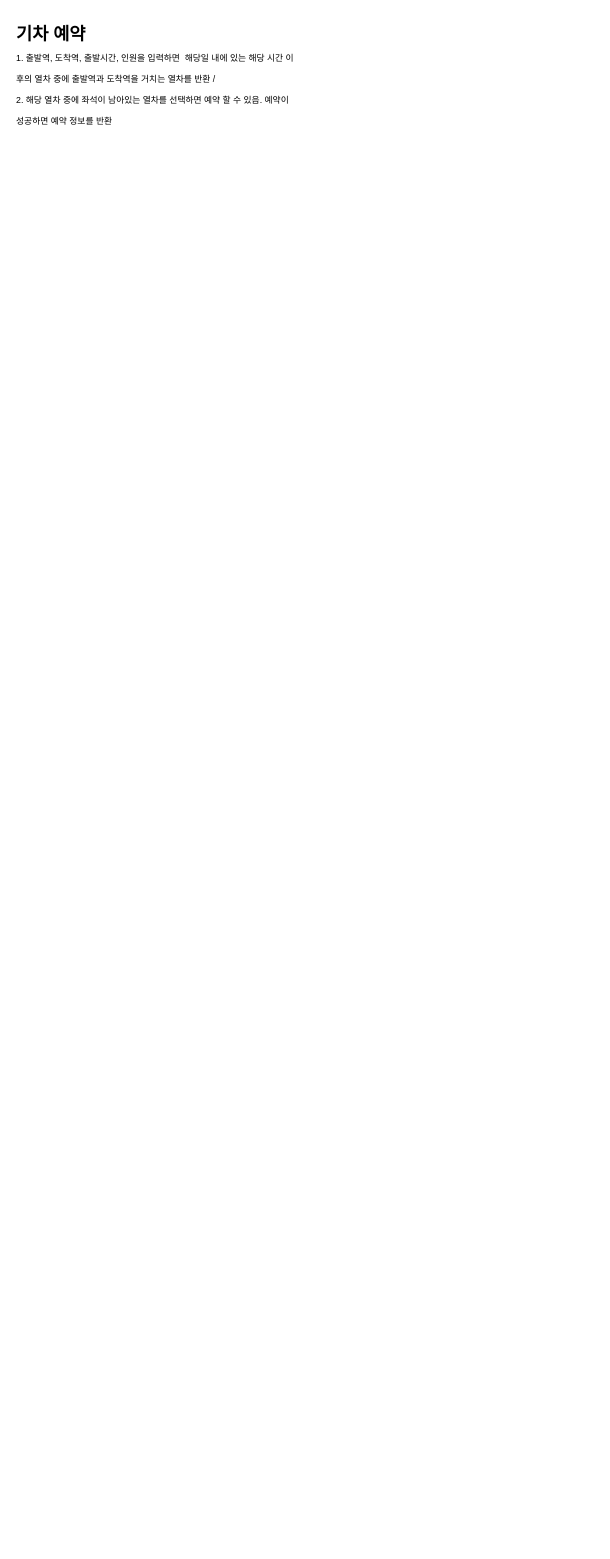
Before: Process01.drawio in digeuthi/java_BackEnd-20230222, a draw.io diagram. Source tidied: cells renumbered, new cells numbered last; positions are measured from the earlier drawing's top-left corner, leaving out a move shared by most shapes. Both pictures are drawn from the tidied source at 73%, with x=0, y=0 at pixel (12, 20).
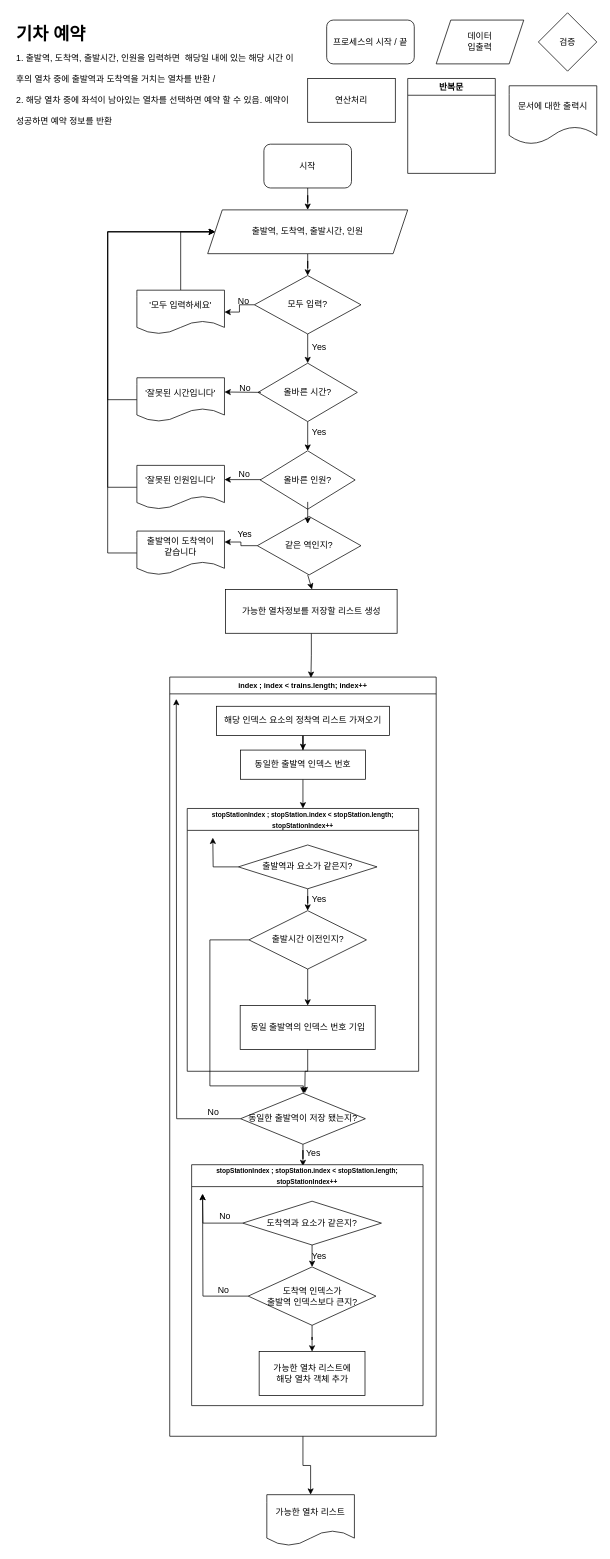
Above is the later version.

What changed in the source:
```diff
@@
     <mxCell id="2" value="&lt;h1&gt;기차 예약&lt;br style=&quot;border-color: var(--border-color); font-size: 12px; font-weight: 400; text-align: center;&quot;&gt;&lt;span style=&quot;font-size: 12px; font-weight: 400; text-align: center;&quot;&gt;1. 출발역, 도착역, 출발시간, 인원을 입력하면&amp;nbsp; 해당일 내에 있는 해당 시간 이후의 열차 중에 출발역과 도착역을 거치는 열차를 반환 /&lt;/span&gt;&lt;br style=&quot;border-color: var(--border-color); font-size: 12px; font-weight: 400; text-align: center;&quot;&gt;&lt;font style=&quot;font-size: 12px; font-weight: normal;&quot;&gt;2. 해당 열차 중에 좌석이 남아있는 열차를 선택하면 예약 할 수 있음. 예약이 성공하면 예약 정보를 반환&lt;/font&gt;&lt;br style=&quot;border-color: var(--border-color); font-size: 12px; font-weight: 400; text-align: center;&quot;&gt;&lt;br&gt;&lt;/h1&gt;" style="text;html=1;strokeColor=none;fillColor=none;spacing=5;spacingTop=-20;whiteSpace=wrap;overflow=hidden;rounded=0;" parent="1" vertex="1">
-      <mxGeometry width="390" height="190" as="geometry" />
+      <mxGeometry width="390" height="170" as="geometry" />
     </mxCell>
+    <mxCell id="3" value="프로세스의 시작 / 끝" style="rounded=1;whiteSpace=wrap;html=1;" parent="1" vertex="1">
+      <mxGeometry x="430" width="120" height="60" as="geometry" />
+    </mxCell>
+    <mxCell id="4" style="edgeStyle=orthogonalEdgeStyle;rounded=0;jettySize=auto;html=1;entryX=0.5;entryY=0;entryDx=0;entryDy=0;" parent="1" edge="1" source="5" target="8">
+      <mxGeometry relative="1" as="geometry" />
+    </mxCell>
+    <mxCell id="5" value="시작" style="rounded=1;whiteSpace=wrap;html=1;" parent="1" vertex="1">
+      <mxGeometry x="344" y="170" width="120" height="60" as="geometry" />
+    </mxCell>
+    <mxCell id="6" value="데이터&lt;br&gt;입출력" style="shape=parallelogram;perimeter=parallelogramPerimeter;whiteSpace=wrap;html=1;fixedSize=1;" parent="1" vertex="1">
+      <mxGeometry x="580" width="120" height="60" as="geometry" />
+    </mxCell>
+    <mxCell id="7" style="edgeStyle=orthogonalEdgeStyle;rounded=0;jettySize=auto;html=1;" parent="1" edge="1" source="8" target="12">
+      <mxGeometry relative="1" as="geometry" />
+    </mxCell>
+    <mxCell id="8" value="출발역, 도착역, 출발시간, 인원" style="shape=parallelogram;perimeter=parallelogramPerimeter;whiteSpace=wrap;html=1;fixedSize=1;" parent="1" vertex="1">
+      <mxGeometry x="267" y="260" width="274" height="60" as="geometry" />
+    </mxCell>
+    <mxCell id="9" value="검증" style="rhombus;whiteSpace=wrap;html=1;" parent="1" vertex="1">
+      <mxGeometry x="720" y="-10" width="80" height="80" as="geometry" />
+    </mxCell>
+    <mxCell id="10" style="edgeStyle=orthogonalEdgeStyle;rounded=0;jettySize=auto;html=1;entryX=1;entryY=0.5;entryDx=0;entryDy=0;" parent="1" edge="1" source="12" target="14">
+      <mxGeometry relative="1" as="geometry" />
+    </mxCell>
+    <mxCell id="11" style="edgeStyle=orthogonalEdgeStyle;rounded=0;jettySize=auto;html=1;entryX=0.5;entryY=0;entryDx=0;entryDy=0;" parent="1" edge="1" source="12" target="18">
+      <mxGeometry relative="1" as="geometry" />
+    </mxCell>
+    <mxCell id="12" value="모두 입력?" style="rhombus;whiteSpace=wrap;html=1;" parent="1" vertex="1">
+      <mxGeometry x="331" y="350" width="146" height="80" as="geometry" />
+    </mxCell>
+    <mxCell id="13" style="edgeStyle=orthogonalEdgeStyle;rounded=0;jettySize=auto;html=1;entryX=0;entryY=0.5;entryDx=0;entryDy=0;" parent="1" edge="1" source="14" target="8">
+      <mxGeometry relative="1" as="geometry">
+        <Array as="points">
+          <mxPoint x="230" y="290" />
+        </Array>
+      </mxGeometry>
+    </mxCell>
+    <mxCell id="14" value="'모두 입력하세요'" style="shape=document;whiteSpace=wrap;html=1;boundedLbl=1;" parent="1" vertex="1">
+      <mxGeometry x="170" y="370" width="120" height="60" as="geometry" />
+    </mxCell>
+    <mxCell id="15" value="문서에 대한 출력시" style="shape=document;whiteSpace=wrap;html=1;boundedLbl=1;" parent="1" vertex="1">
+      <mxGeometry x="680" y="90" width="120" height="80" as="geometry" />
+    </mxCell>
+    <mxCell id="16" value="No" style="text;html=1;align=center;verticalAlign=middle;strokeColor=none;fillColor=none;" parent="1" vertex="1">
+      <mxGeometry x="296" y="370" width="40" height="30" as="geometry" />
+    </mxCell>
+    <mxCell id="17" style="edgeStyle=orthogonalEdgeStyle;rounded=0;jettySize=auto;html=1;entryX=0.5;entryY=0;entryDx=0;entryDy=0;" parent="1" edge="1" source="18" target="24">
+      <mxGeometry relative="1" as="geometry">
+        <Array as="points">
+          <mxPoint x="404" y="580" />
+          <mxPoint x="404" y="580" />
+        </Array>
+      </mxGeometry>
+    </mxCell>
+    <mxCell id="18" value="올바른 시간?" style="rhombus;whiteSpace=wrap;html=1;" parent="1" vertex="1">
+      <mxGeometry x="336" y="470" width="136" height="80" as="geometry" />
+    </mxCell>
+    <mxCell id="19" style="edgeStyle=orthogonalEdgeStyle;rounded=0;jettySize=auto;html=1;entryX=0;entryY=0.5;entryDx=0;entryDy=0;" parent="1" edge="1" source="20" target="8">
+      <mxGeometry relative="1" as="geometry">
+        <Array as="points">
+          <mxPoint x="130" y="520" />
+          <mxPoint x="130" y="290" />
+        </Array>
+      </mxGeometry>
+    </mxCell>
+    <mxCell id="20" value="'잘못된 시간입니다'" style="shape=document;whiteSpace=wrap;html=1;boundedLbl=1;" parent="1" vertex="1">
+      <mxGeometry x="170" y="490" width="120" height="60" as="geometry" />
+    </mxCell>
+    <mxCell id="21" value="Yes" style="text;html=1;strokeColor=none;fillColor=none;align=center;verticalAlign=middle;whiteSpace=wrap;rounded=0;" parent="1" vertex="1">
+      <mxGeometry x="390" y="433" width="60" height="30" as="geometry" />
+    </mxCell>
+    <mxCell id="22" style="endArrow=classic;html=1;rounded=0;" parent="1" edge="1">
+      <mxGeometry relative="1" as="geometry">
+        <mxPoint x="340" y="510" as="sourcePoint" />
+        <mxPoint x="290" y="509.5" as="targetPoint" />
+      </mxGeometry>
+    </mxCell>
+    <mxCell id="23" value="No" style="text;html=1;align=center;verticalAlign=middle;strokeColor=none;fillColor=none;" parent="1" vertex="1">
+      <mxGeometry x="298" y="489" width="40" height="30" as="geometry" />
+    </mxCell>
+    <mxCell id="24" value="올바른 인원?" style="rhombus;whiteSpace=wrap;html=1;" parent="1" vertex="1">
+      <mxGeometry x="339" y="590" width="130" height="80" as="geometry" />
+    </mxCell>
+    <mxCell id="25" style="edgeStyle=orthogonalEdgeStyle;rounded=0;jettySize=auto;html=1;entryX=0;entryY=0.5;entryDx=0;entryDy=0;" parent="1" edge="1" source="26" target="8">
+      <mxGeometry relative="1" as="geometry">
+        <Array as="points">
+          <mxPoint x="130" y="640" />
+          <mxPoint x="130" y="290" />
+        </Array>
+      </mxGeometry>
+    </mxCell>
+    <mxCell id="26" value="'잘못된 인원입니다'" style="shape=document;whiteSpace=wrap;html=1;boundedLbl=1;" parent="1" vertex="1">
+      <mxGeometry x="170" y="610" width="120" height="60" as="geometry" />
+    </mxCell>
+    <mxCell id="27" value="Yes" style="text;html=1;strokeColor=none;fillColor=none;align=center;verticalAlign=middle;whiteSpace=wrap;rounded=0;" parent="1" vertex="1">
+      <mxGeometry x="390" y="550" width="60" height="30" as="geometry" />
+    </mxCell>
+    <mxCell id="28" style="endArrow=classic;html=1;rounded=0;" parent="1" edge="1">
+      <mxGeometry relative="1" as="geometry">
+        <mxPoint x="340" y="629.5" as="sourcePoint" />
+        <mxPoint x="290" y="629.5" as="targetPoint" />
+      </mxGeometry>
+    </mxCell>
+    <mxCell id="29" value="No" style="text;html=1;align=center;verticalAlign=middle;strokeColor=none;fillColor=none;" parent="1" vertex="1">
+      <mxGeometry x="297" y="608" width="40" height="30" as="geometry" />
+    </mxCell>
+    <mxCell id="30" style="edgeStyle=orthogonalEdgeStyle;rounded=0;jettySize=auto;html=1;" parent="1" edge="1" source="31" target="64">
+      <mxGeometry relative="1" as="geometry" />
+    </mxCell>
+    <mxCell id="31" value="&lt;font style=&quot;font-size: 10px;&quot;&gt;index ; index &amp;lt; trains.length; index++&lt;/font&gt;" style="swimlane;whiteSpace=wrap;html=1;" parent="1" vertex="1">
+      <mxGeometry x="215" y="900" width="365" height="1040" as="geometry" />
+    </mxCell>
+    <mxCell id="32" style="edgeStyle=orthogonalEdgeStyle;rounded=0;jettySize=auto;html=1;entryX=0.5;entryY=0;entryDx=0;entryDy=0;" parent="31" edge="1" source="33" target="44">
+      <mxGeometry relative="1" as="geometry" />
+    </mxCell>
+    <mxCell id="33" value="해당 인덱스 요소의 정착역 리스트 가져오기" style="rounded=0;whiteSpace=wrap;html=1;" parent="31" vertex="1">
+      <mxGeometry x="64" y="40" width="237" height="40" as="geometry" />
+    </mxCell>
+    <mxCell id="34" value="&lt;font style=&quot;font-size: 9px;&quot;&gt;stopStationIndex ; stopStation.index &amp;lt; stopStation.length; stopStationIndex++&lt;/font&gt;" style="swimlane;whiteSpace=wrap;html=1;startSize=30;" parent="31" vertex="1">
+      <mxGeometry x="24" y="180" width="317" height="360" as="geometry" />
+    </mxCell>
+    <mxCell id="35" style="edgeStyle=orthogonalEdgeStyle;rounded=0;jettySize=auto;html=1;" parent="34" edge="1" source="37">
+      <mxGeometry relative="1" as="geometry">
+        <mxPoint x="35" y="40" as="targetPoint" />
+      </mxGeometry>
+    </mxCell>
+    <mxCell id="36" style="edgeStyle=orthogonalEdgeStyle;rounded=0;jettySize=auto;html=1;entryX=0.5;entryY=0;entryDx=0;entryDy=0;" parent="34" edge="1" source="37" target="41">
+      <mxGeometry relative="1" as="geometry" />
+    </mxCell>
+    <mxCell id="37" value="출발역과 요소가 같은지?" style="rhombus;whiteSpace=wrap;html=1;" parent="34" vertex="1">
+      <mxGeometry x="70" y="50" width="190" height="60" as="geometry" />
+    </mxCell>
+    <mxCell id="38" style="edgeStyle=orthogonalEdgeStyle;rounded=0;jettySize=auto;html=1;" parent="34" edge="1" source="39">
+      <mxGeometry relative="1" as="geometry">
+        <mxPoint x="161" y="390" as="targetPoint" />
+      </mxGeometry>
+    </mxCell>
+    <mxCell id="39" value="동일 출발역의 인덱스 번호 기입" style="rounded=0;whiteSpace=wrap;html=1;" parent="34" vertex="1">
+      <mxGeometry x="72.5" y="270" width="185" height="60" as="geometry" />
+    </mxCell>
+    <mxCell id="40" style="edgeStyle=orthogonalEdgeStyle;rounded=0;jettySize=auto;html=1;entryX=0.5;entryY=0;entryDx=0;entryDy=0;" parent="34" edge="1" source="41" target="39">
+      <mxGeometry relative="1" as="geometry" />
+    </mxCell>
+    <mxCell id="41" value="출발시간 이전인지?" style="rhombus;whiteSpace=wrap;html=1;" parent="34" vertex="1">
+      <mxGeometry x="84.5" y="140" width="161" height="80" as="geometry" />
+    </mxCell>
+    <mxCell id="42" value="Yes" style="text;html=1;strokeColor=none;fillColor=none;align=center;verticalAlign=middle;whiteSpace=wrap;rounded=0;" parent="34" vertex="1">
+      <mxGeometry x="151" y="110" width="60" height="30" as="geometry" />
+    </mxCell>
+    <mxCell id="43" style="edgeStyle=orthogonalEdgeStyle;rounded=0;jettySize=auto;html=1;entryX=0.5;entryY=0;entryDx=0;entryDy=0;" parent="31" edge="1" source="44" target="34">
+      <mxGeometry relative="1" as="geometry" />
+    </mxCell>
+    <mxCell id="44" value="동일한 출발역 인덱스 번호" style="rounded=0;whiteSpace=wrap;html=1;" parent="31" vertex="1">
+      <mxGeometry x="97" y="100" width="171" height="40" as="geometry" />
+    </mxCell>
+    <mxCell id="45" style="edgeStyle=orthogonalEdgeStyle;rounded=0;jettySize=auto;html=1;" parent="31" edge="1" source="47">
+      <mxGeometry relative="1" as="geometry">
+        <mxPoint x="9" y="30" as="targetPoint" />
+      </mxGeometry>
+    </mxCell>
+    <mxCell id="46" style="edgeStyle=orthogonalEdgeStyle;rounded=0;jettySize=auto;html=1;entryX=0.481;entryY=0.006;entryDx=0;entryDy=0;entryPerimeter=0;" parent="31" edge="1" source="47" target="48">
+      <mxGeometry relative="1" as="geometry" />
+    </mxCell>
+    <mxCell id="47" value="동일한 출발역이 저장 됐는지?" style="rhombus;whiteSpace=wrap;html=1;" parent="31" vertex="1">
+      <mxGeometry x="97" y="570" width="171" height="70" as="geometry" />
+    </mxCell>
+    <mxCell id="48" value="&lt;font style=&quot;font-size: 9px;&quot;&gt;stopStationIndex ; stopStation.index &amp;lt; stopStation.length; stopStationIndex++&lt;/font&gt;" style="swimlane;whiteSpace=wrap;html=1;startSize=30;" parent="31" vertex="1">
+      <mxGeometry x="30" y="668" width="317" height="330" as="geometry" />
+    </mxCell>
+    <mxCell id="49" style="edgeStyle=orthogonalEdgeStyle;rounded=0;jettySize=auto;html=1;entryX=0.5;entryY=0;entryDx=0;entryDy=0;" parent="48" edge="1" source="51">
+      <mxGeometry relative="1" as="geometry">
+        <mxPoint x="165" y="140" as="targetPoint" />
+      </mxGeometry>
+    </mxCell>
+    <mxCell id="50" style="edgeStyle=orthogonalEdgeStyle;rounded=0;jettySize=auto;html=1;" parent="48" edge="1" source="51">
+      <mxGeometry relative="1" as="geometry">
+        <mxPoint x="15" y="40" as="targetPoint" />
+      </mxGeometry>
+    </mxCell>
+    <mxCell id="51" value="도착역과 요소가 같은지?" style="rhombus;whiteSpace=wrap;html=1;" parent="48" vertex="1">
+      <mxGeometry x="70" y="50" width="190" height="60" as="geometry" />
+    </mxCell>
+    <mxCell id="52" style="edgeStyle=orthogonalEdgeStyle;rounded=0;jettySize=auto;html=1;" parent="48" edge="1" source="53">
+      <mxGeometry relative="1" as="geometry">
+        <mxPoint x="15" y="40" as="targetPoint" />
+      </mxGeometry>
+    </mxCell>
+    <mxCell id="53" value="도착역 인덱스가 &lt;br&gt;출발역 인덱스보다 큰지?" style="rhombus;whiteSpace=wrap;html=1;" parent="48" vertex="1">
+      <mxGeometry x="77.5" y="140" width="175" height="80" as="geometry" />
+    </mxCell>
+    <mxCell id="54" value="No" style="text;html=1;strokeColor=none;fillColor=none;align=center;verticalAlign=middle;whiteSpace=wrap;rounded=0;" parent="48" vertex="1">
+      <mxGeometry x="15.5" y="56" width="60" height="30" as="geometry" />
+    </mxCell>
+    <mxCell id="55" value="No" style="text;html=1;strokeColor=none;fillColor=none;align=center;verticalAlign=middle;whiteSpace=wrap;rounded=0;" parent="48" vertex="1">
+      <mxGeometry x="13.5" y="157" width="60" height="30" as="geometry" />
+    </mxCell>
+    <mxCell id="56" value="Yes" style="text;html=1;strokeColor=none;fillColor=none;align=center;verticalAlign=middle;whiteSpace=wrap;rounded=0;" parent="48" vertex="1">
+      <mxGeometry x="145" y="110" width="60" height="30" as="geometry" />
+    </mxCell>
+    <mxCell id="57" style="edgeStyle=orthogonalEdgeStyle;rounded=0;jettySize=auto;html=1;" parent="31" edge="1" source="41" target="47">
+      <mxGeometry relative="1" as="geometry">
+        <Array as="points">
+          <mxPoint x="55" y="360" />
+          <mxPoint x="55" y="560" />
+          <mxPoint x="183" y="560" />
+        </Array>
+      </mxGeometry>
+    </mxCell>
+    <mxCell id="58" value="No" style="text;html=1;strokeColor=none;fillColor=none;align=center;verticalAlign=middle;whiteSpace=wrap;rounded=0;" parent="31" vertex="1">
+      <mxGeometry x="30" y="582" width="60" height="30" as="geometry" />
+    </mxCell>
+    <mxCell id="59" value="Yes" style="text;html=1;strokeColor=none;fillColor=none;align=center;verticalAlign=middle;whiteSpace=wrap;rounded=0;" parent="31" vertex="1">
+      <mxGeometry x="167" y="638" width="60" height="30" as="geometry" />
+    </mxCell>
+    <mxCell id="60" value="반복문" style="swimlane;whiteSpace=wrap;html=1;" parent="1" vertex="1">
+      <mxGeometry x="541" y="80" width="120" height="130" as="geometry" />
+    </mxCell>
+    <mxCell id="61" value="연산처리" style="rounded=0;whiteSpace=wrap;html=1;" parent="1" vertex="1">
+      <mxGeometry x="404" y="80" width="120" height="60" as="geometry" />
+    </mxCell>
+    <mxCell id="62" style="edgeStyle=orthogonalEdgeStyle;rounded=0;jettySize=auto;html=1;entryX=0.53;entryY=0.001;entryDx=0;entryDy=0;entryPerimeter=0;" parent="1" edge="1" source="63" target="31">
+      <mxGeometry relative="1" as="geometry" />
+    </mxCell>
+    <mxCell id="63" value="가능한 열차정보를 저장할 리스트 생성" style="rounded=0;whiteSpace=wrap;html=1;" parent="1" vertex="1">
+      <mxGeometry x="291.5" y="780" width="235" height="60" as="geometry" />
+    </mxCell>
+    <mxCell id="64" value="가능한 열차 리스트" style="shape=document;whiteSpace=wrap;html=1;boundedLbl=1;" parent="1" vertex="1">
+      <mxGeometry x="348" y="2020" width="120" height="70" as="geometry" />
+    </mxCell>
+    <mxCell id="65" style="edgeStyle=orthogonalEdgeStyle;rounded=0;jettySize=auto;html=1;entryX=1;entryY=0.25;entryDx=0;entryDy=0;" parent="1" edge="1" source="66" target="68">
+      <mxGeometry relative="1" as="geometry" />
+    </mxCell>
+    <mxCell id="66" value="같은 역인지?" style="rhombus;whiteSpace=wrap;html=1;" parent="1" vertex="1">
+      <mxGeometry x="335" y="680" width="142" height="80" as="geometry" />
+    </mxCell>
+    <mxCell id="67" style="edgeStyle=orthogonalEdgeStyle;rounded=0;jettySize=auto;html=1;entryX=0;entryY=0.5;entryDx=0;entryDy=0;" parent="1" edge="1" source="68" target="8">
+      <mxGeometry relative="1" as="geometry">
+        <Array as="points">
+          <mxPoint x="130" y="730" />
+          <mxPoint x="130" y="290" />
+        </Array>
+      </mxGeometry>
+    </mxCell>
+    <mxCell id="68" value="출발역이 도착역이&lt;br&gt;같습니다" style="shape=document;whiteSpace=wrap;html=1;boundedLbl=1;" parent="1" vertex="1">
+      <mxGeometry x="170" y="700" width="120" height="60" as="geometry" />
+    </mxCell>
+    <mxCell id="69" value="Yes" style="text;html=1;strokeColor=none;fillColor=none;align=center;verticalAlign=middle;whiteSpace=wrap;rounded=0;" parent="1" vertex="1">
+      <mxGeometry x="288" y="690" width="60" height="30" as="geometry" />
+    </mxCell>
+    <mxCell id="70" style="endArrow=classic;html=1;rounded=0;entryX=0.504;entryY=0;entryDx=0;entryDy=0;entryPerimeter=0;" parent="1" edge="1" target="63">
+      <mxGeometry relative="1" as="geometry">
+        <mxPoint x="404" y="760" as="sourcePoint" />
+      </mxGeometry>
+    </mxCell>
+    <mxCell id="71" value="가능한 열차 리스트에 &lt;br&gt;해당 열차 객체 추가" style="rounded=0;whiteSpace=wrap;html=1;" parent="1" vertex="1">
+      <mxGeometry x="337.5" y="1824" width="145" height="60" as="geometry" />
+    </mxCell>
+    <mxCell id="72" style="edgeStyle=orthogonalEdgeStyle;rounded=0;jettySize=auto;html=1;entryX=0.5;entryY=0;entryDx=0;entryDy=0;" parent="1" edge="1" source="53" target="71">
+      <mxGeometry relative="1" as="geometry" />
+    </mxCell>
+    <mxCell id="73" style="endArrow=classic;html=1;rounded=0;" parent="1" edge="1">
+      <mxGeometry relative="1" as="geometry">
+        <mxPoint x="404" y="660" as="sourcePoint" />
+        <mxPoint x="404" y="690" as="targetPoint" />
+      </mxGeometry>
+    </mxCell>
```
